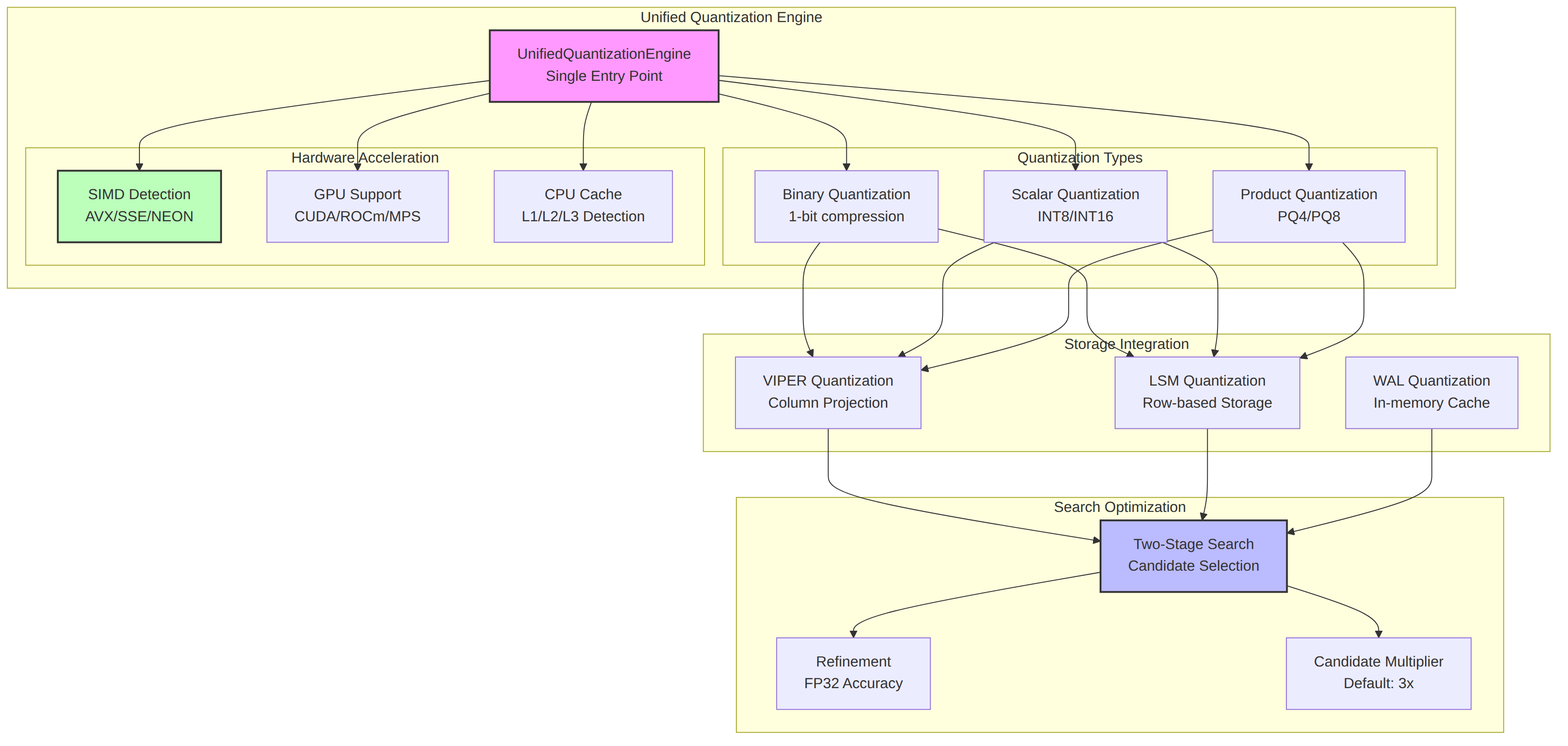
Earlier version of the Mermaid export docs/diagrams/images/unified_quantization_system.png (vjsingh1984/proximaDB). Its source is kept beside it as docs/diagrams/unified_quantization_system.mmd. Source of this version:
```mermaid
graph TB
    subgraph "Unified Quantization Engine"
        UQE[UnifiedQuantizationEngine<br/>Single Entry Point]

        subgraph "Quantization Types"
            BINARY[Binary Quantization<br/>1-bit compression]
            SCALAR[Scalar Quantization<br/>INT8/INT16]
            PQ[Product Quantization<br/>PQ4/PQ8]
        end

        subgraph "Hardware Acceleration"
            SIMD[SIMD Detection<br/>AVX/SSE/NEON]
            GPU[GPU Support<br/>CUDA/ROCm/MPS]
            CACHE[CPU Cache<br/>L1/L2/L3 Detection]
        end
    end

    subgraph "Storage Integration"
        VIPER_Q[VIPER Quantization<br/>Column Projection]
        LSM_Q[LSM Quantization<br/>Row-based Storage]
        WAL_Q[WAL Quantization<br/>In-memory Cache]
    end

    subgraph "Search Optimization"
        TWO_STAGE[Two-Stage Search<br/>Candidate Selection]
        REFINE[Refinement<br/>FP32 Accuracy]
        MULTIPLIER[Candidate Multiplier<br/>Default: 3x]
    end

    UQE --> BINARY
    UQE --> SCALAR
    UQE --> PQ

    UQE --> SIMD
    UQE --> GPU
    UQE --> CACHE

    BINARY --> VIPER_Q
    SCALAR --> VIPER_Q
    PQ --> VIPER_Q

    BINARY --> LSM_Q
    SCALAR --> LSM_Q
    PQ --> LSM_Q

    VIPER_Q --> TWO_STAGE
    LSM_Q --> TWO_STAGE
    WAL_Q --> TWO_STAGE

    TWO_STAGE --> REFINE
    TWO_STAGE --> MULTIPLIER

    style UQE fill:#f9f,stroke:#333,stroke-width:2px
    style TWO_STAGE fill:#bbf,stroke:#333,stroke-width:2px
    style SIMD fill:#bfb,stroke:#333,stroke-width:2px
```
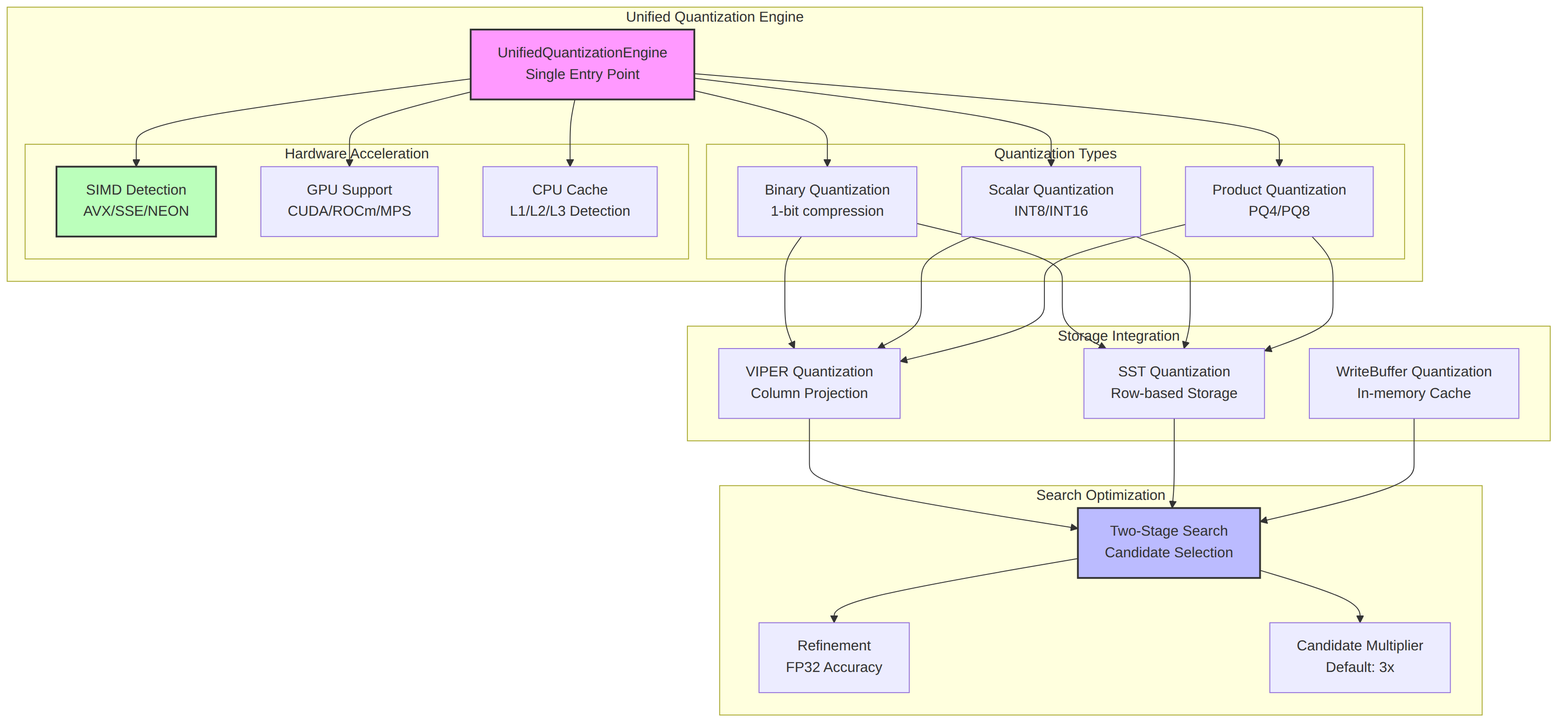
The same diagram one commit later.

The edit, as a diff of the source:
```diff
@@ -17,8 +17,8 @@
 
     subgraph "Storage Integration"
         VIPER_Q[VIPER Quantization<br/>Column Projection]
-        LSM_Q[LSM Quantization<br/>Row-based Storage]
-        WAL_Q[WAL Quantization<br/>In-memory Cache]
+        SST_Q[SST Quantization<br/>Row-based Storage]
+        WriteBuffer_Q[WriteBuffer Quantization<br/>In-memory Cache]
     end
 
     subgraph "Search Optimization"
@@ -39,13 +39,13 @@
     SCALAR --> VIPER_Q
     PQ --> VIPER_Q
 
-    BINARY --> LSM_Q
-    SCALAR --> LSM_Q
-    PQ --> LSM_Q
+    BINARY --> SST_Q
+    SCALAR --> SST_Q
+    PQ --> SST_Q
 
     VIPER_Q --> TWO_STAGE
-    LSM_Q --> TWO_STAGE
-    WAL_Q --> TWO_STAGE
+    SST_Q --> TWO_STAGE
+    WriteBuffer_Q --> TWO_STAGE
 
     TWO_STAGE --> REFINE
     TWO_STAGE --> MULTIPLIER
```
